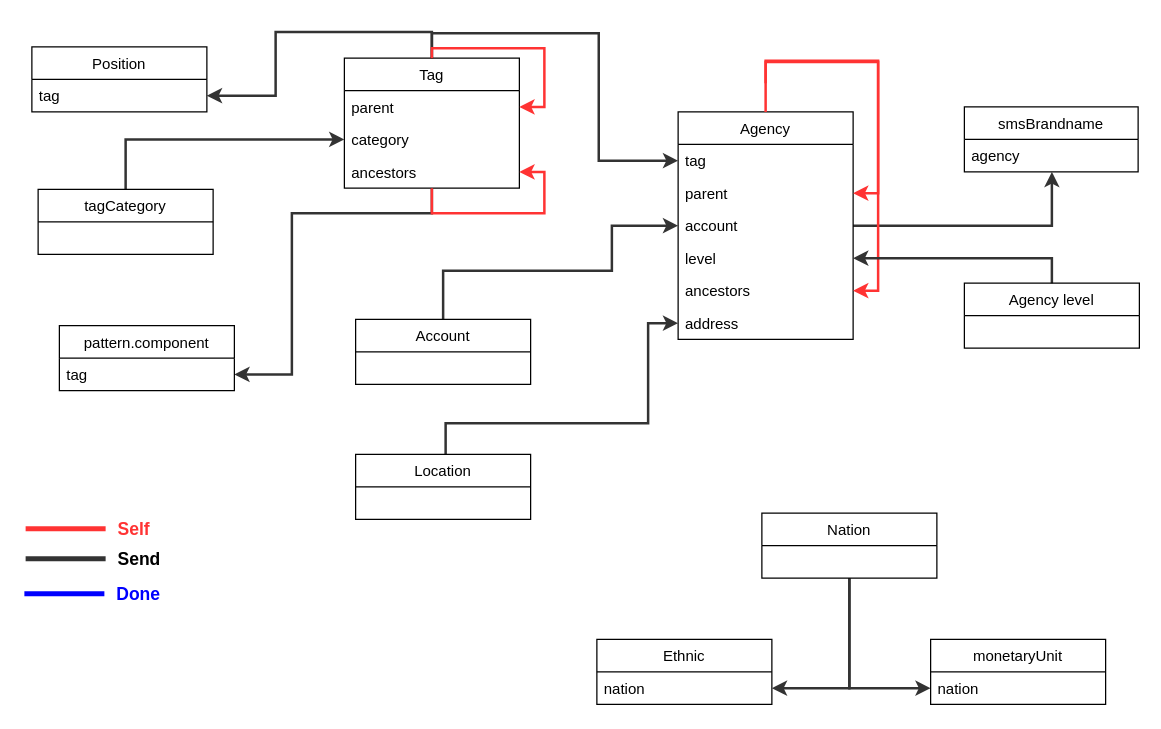
Earlier version of the draw.io diagram Biểu đồ không có tiêu đề.drawio (mitgaming/Blk-Design-System). Source tidied: cells renumbered, new cells numbered last; positions are measured from the earlier drawing's top-left corner, leaving out a move shared by most shapes. Both pictures are drawn from the tidied source at 125%, with x=0, y=0 at pixel (24, 31).
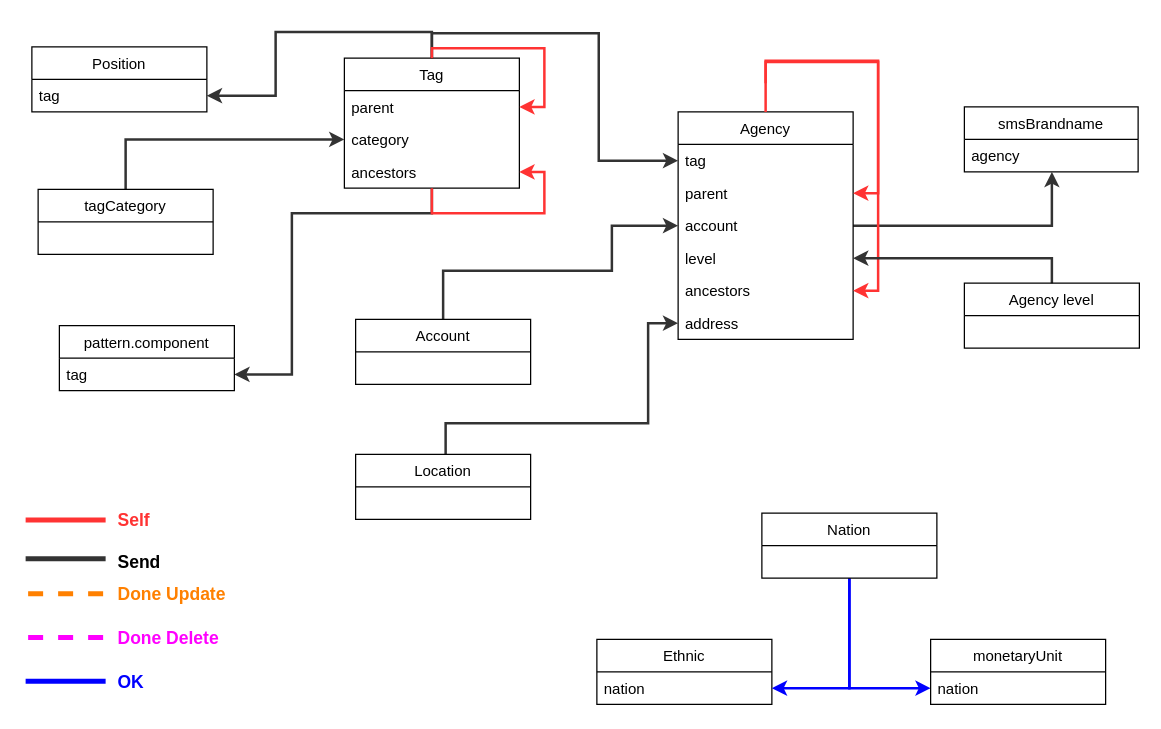
The same diagram, later.

Commit message:
Cập nhật Biểu đồ không có tiêu đề.drawio

The change refers to these unchanged cells:
```xml
<mxCell id="28" value="nation" style="text;strokeColor=none;fillColor=none;align=left;verticalAlign=top;spacingLeft=4;spacingRight=4;overflow=hidden;points=[[0,0.5],[1,0.5]];portConstraint=eastwest;" parent="27" vertex="1">
  <mxGeometry y="26" width="140" height="26" as="geometry" />
</mxCell>
<mxCell id="31" value="Nation" style="swimlane;fontStyle=0;horizontal=1;startSize=26;fillColor=none;" parent="1" vertex="1">
  <mxGeometry x="590" y="385" width="140" height="52" as="geometry" />
</mxCell>
<mxCell id="32" value="monetaryUnit" style="swimlane;fontStyle=0;horizontal=1;startSize=26;fillColor=none;" parent="1" vertex="1">
  <mxGeometry x="725" y="486" width="140" height="52" as="geometry" />
</mxCell>
```

Diff of the diagram source:
```diff
@@
-    <mxCell id="29" style="edgeStyle=orthogonalEdgeStyle;rounded=0;jettySize=auto;html=1;strokeWidth=2;strokeColor=#333333;" parent="1" edge="1" source="31" target="28">
+    <mxCell id="29" style="edgeStyle=orthogonalEdgeStyle;rounded=0;jettySize=auto;html=1;strokeWidth=2;fontColor=#0000FF;labelBackgroundColor=#0000FF;strokeColor=#0000FF;" parent="1" edge="1" source="31" target="28">
       <mxGeometry relative="1" as="geometry" />
     </mxCell>
-    <mxCell id="30" style="edgeStyle=orthogonalEdgeStyle;rounded=0;jettySize=auto;html=1;entryX=0;entryY=0.75;entryDx=0;entryDy=0;strokeWidth=2;strokeColor=#333333;" parent="1" edge="1" source="31" target="32">
+    <mxCell id="30" style="edgeStyle=orthogonalEdgeStyle;rounded=0;jettySize=auto;html=1;entryX=0;entryY=0.75;entryDx=0;entryDy=0;strokeWidth=2;strokeColor=#0000FF;" parent="1" edge="1" source="31" target="32">
       <mxGeometry relative="1" as="geometry" />
     </mxCell>
@@
     <mxCell id="42" style="line;strokeWidth=4;html=1;strokeColor=#FF3333;align=left;" parent="1" vertex="1">
-      <mxGeometry x="1" y="392.5" width="64" height="10" as="geometry" />
+      <mxGeometry x="1" y="385.5" width="64" height="10" as="geometry" />
     </mxCell>
     <mxCell id="43" value="&lt;span style=&quot;font-size: 14px&quot;&gt;&lt;b&gt;&lt;font color=&quot;#ff3333&quot;&gt;Self&lt;/font&gt;&lt;/b&gt;&lt;/span&gt;" style="text;html=1;align=left;verticalAlign=middle;" parent="1" vertex="1">
-      <mxGeometry x="73" y="388" width="36" height="19" as="geometry" />
+      <mxGeometry x="73" y="381" width="36" height="19" as="geometry" />
     </mxCell>
@@
     <mxCell id="45" value="&lt;font style=&quot;font-size: 14px&quot;&gt;&lt;b&gt;Send&lt;/b&gt;&lt;/font&gt;" style="text;html=1;align=left;verticalAlign=middle;" parent="1" vertex="1">
-      <mxGeometry x="73" y="412" width="44" height="19" as="geometry" />
+      <mxGeometry x="73" y="414" width="44" height="19" as="geometry" />
     </mxCell>
-    <mxCell id="46" style="line;strokeWidth=4;html=1;strokeColor=#0000FF;align=left;" parent="1" vertex="1">
-      <mxGeometry y="444.5" width="64" height="10" as="geometry" />
+    <mxCell id="46" style="line;strokeWidth=4;html=1;align=left;strokeColor=#FF8000;dashed=1;" parent="1" vertex="1">
+      <mxGeometry x="3" y="444.5" width="64" height="10" as="geometry" />
     </mxCell>
-    <mxCell id="47" value="&lt;font style=&quot;font-size: 14px&quot; color=&quot;#0000ff&quot;&gt;&lt;b&gt;Done&lt;/b&gt;&lt;/font&gt;" style="text;html=1;align=left;verticalAlign=middle;" parent="1" vertex="1">
-      <mxGeometry x="72" y="440" width="45" height="19" as="geometry" />
+    <mxCell id="47" value="&lt;font style=&quot;font-size: 14px&quot;&gt;&lt;b&gt;Done Update&lt;/b&gt;&lt;/font&gt;" style="text;html=1;align=left;verticalAlign=middle;fontColor=#FF8000;" parent="1" vertex="1">
+      <mxGeometry x="73" y="440" width="96" height="19" as="geometry" />
     </mxCell>
+    <mxCell id="48" style="line;strokeWidth=4;html=1;align=left;dashed=1;fontColor=#FF00FF;strokeColor=#FF00FF;" parent="1" vertex="1">
+      <mxGeometry x="3" y="479.5" width="64" height="10" as="geometry" />
+    </mxCell>
+    <mxCell id="49" value="&lt;font style=&quot;font-size: 14px&quot;&gt;&lt;b&gt;Done Delete&lt;/b&gt;&lt;/font&gt;" style="text;html=1;align=left;verticalAlign=middle;fontColor=#FF00FF;" parent="1" vertex="1">
+      <mxGeometry x="73" y="475" width="91" height="19" as="geometry" />
+    </mxCell>
+    <mxCell id="50" style="line;strokeWidth=4;html=1;strokeColor=#0000FF;align=left;" parent="1" vertex="1">
+      <mxGeometry x="1" y="514.5" width="64" height="10" as="geometry" />
+    </mxCell>
+    <mxCell id="51" value="&lt;font style=&quot;font-size: 14px&quot; color=&quot;#0000ff&quot;&gt;&lt;b&gt;OK&lt;/b&gt;&lt;/font&gt;" style="text;html=1;align=left;verticalAlign=middle;" parent="1" vertex="1">
+      <mxGeometry x="73" y="510" width="31" height="19" as="geometry" />
+    </mxCell>
```
